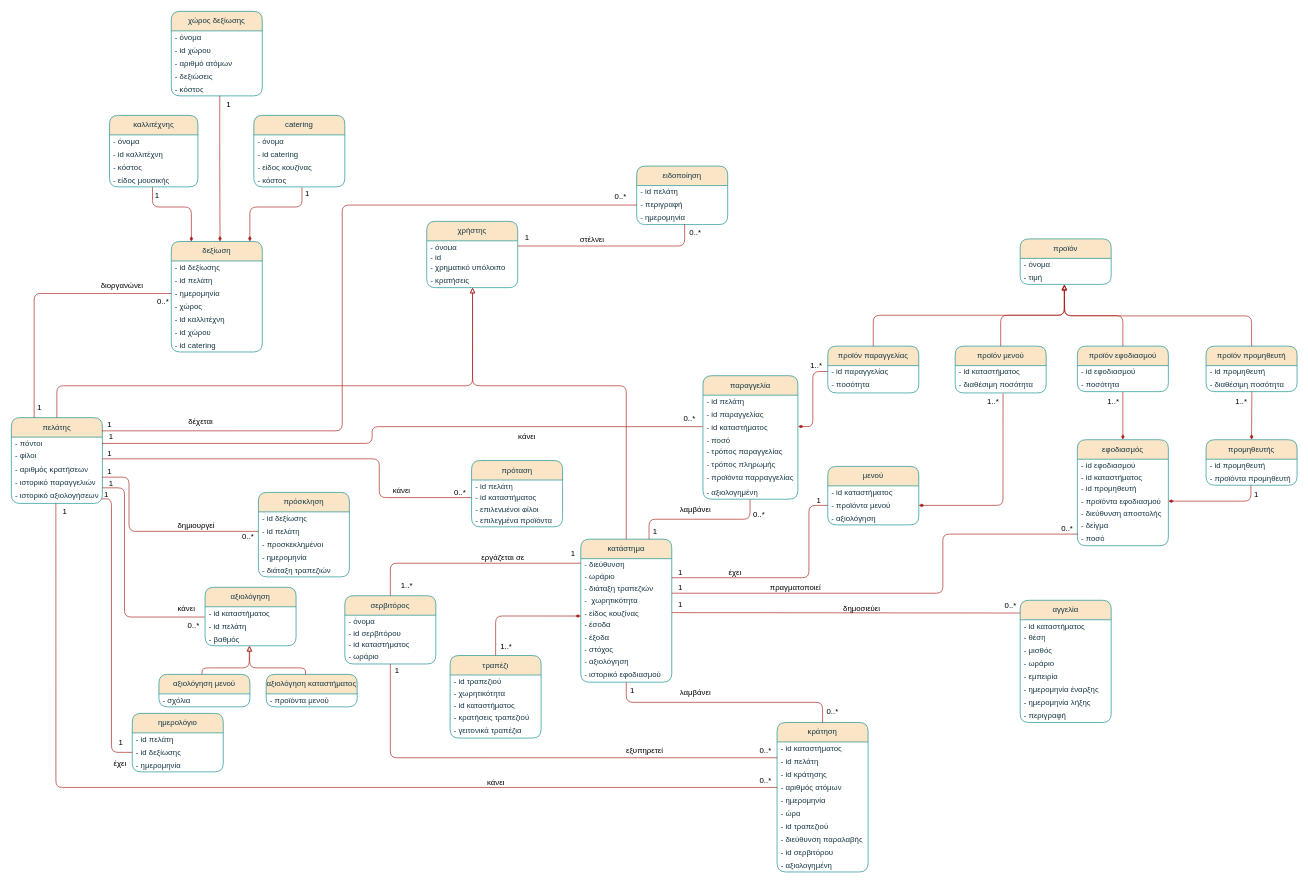
Before: documents/contributions/Domain_model_v02.drawio in Mpooks/reasy, a draw.io diagram. Source tidied: cells renumbered, new cells numbered last; positions are measured from the earlier drawing's top-left corner, leaving out a move shared by most shapes. Both pictures are drawn from the tidied source at 65%, with x=0, y=0 at pixel (11, 11).
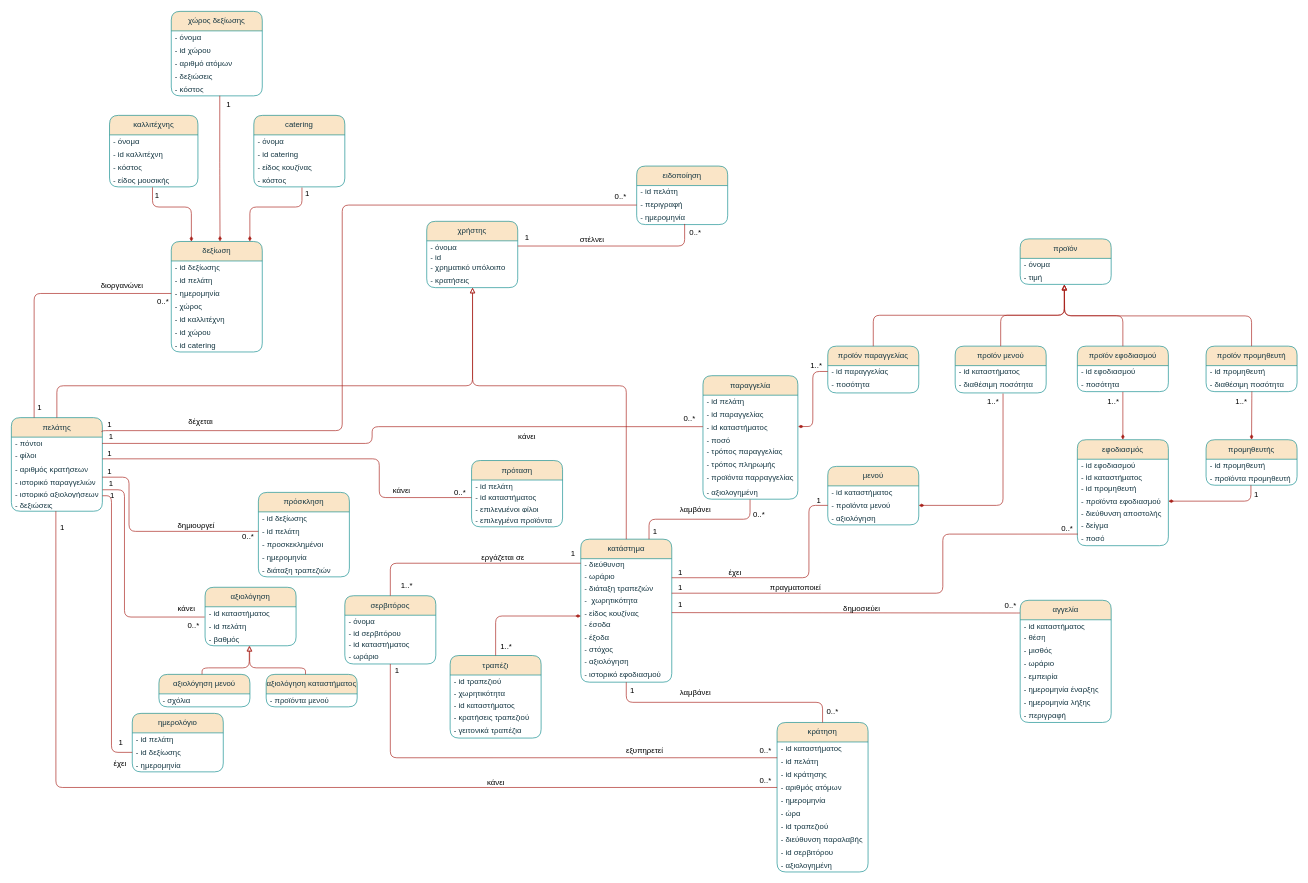
Above is the later version.

Unchanged cells that the change refers to:
```xml
<mxCell id="80" value="- id καταστήματος" style="text;strokeColor=none;fillColor=none;align=left;verticalAlign=middle;spacingLeft=4;spacingRight=4;overflow=hidden;points=[[0,0.5],[1,0.5]];portConstraint=eastwest;whiteSpace=wrap;html=1;glass=0;labelBackgroundColor=none;fontColor=#143642;" parent="79" vertex="1">
  <mxGeometry y="30" width="140" height="20" as="geometry" />
</mxCell>
<mxCell id="94" value="- id δεξίωσης" style="text;strokeColor=none;fillColor=none;align=left;verticalAlign=middle;spacingLeft=4;spacingRight=4;overflow=hidden;points=[[0,0.5],[1,0.5]];portConstraint=eastwest;whiteSpace=wrap;html=1;glass=0;labelBackgroundColor=none;fontColor=#143642;" parent="92" vertex="1">
  <mxGeometry y="50" width="140" height="20" as="geometry" />
</mxCell>
<mxCell id="186" value="1" style="text;html=1;align=center;verticalAlign=middle;points=[];strokeColor=none;fillColor=none;" parent="1" vertex="1">
  <mxGeometry x="140" y="714" width="25" height="26" as="geometry" />
</mxCell>
```

Diff of the diagram source:
```diff
@@
     <mxCell id="130" value="πελάτης" style="swimlane;fontStyle=0;horizontal=1;startSize=30;whiteSpace=wrap;html=1;rounded=1;swimlaneLine=1;glass=0;labelBackgroundColor=none;fillColor=#FAE5C7;strokeColor=#0F8B8D;fontColor=#143642;" parent="1" vertex="1">
-      <mxGeometry y="625" width="140" height="132" as="geometry" />
+      <mxGeometry y="625" width="140" height="144" as="geometry" />
     </mxCell>
@@
+    <mxCell id="235" value="- ιστορικό αξιολογήσεων" style="text;strokeColor=none;fillColor=none;align=left;verticalAlign=middle;spacingLeft=4;spacingRight=4;overflow=hidden;points=[[0,0.5],[1,0.5]];portConstraint=eastwest;whiteSpace=wrap;html=1;glass=0;labelBackgroundColor=none;fontColor=#143642;" parent="130" vertex="1">
+      <mxGeometry y="108" width="140" height="17" as="geometry" />
+    </mxCell>
-    <mxCell id="135" value="- ιστορικό αξιολογήσεων" style="text;strokeColor=none;fillColor=none;align=left;verticalAlign=middle;spacingLeft=4;spacingRight=4;overflow=hidden;points=[[0,0.5],[1,0.5]];portConstraint=eastwest;whiteSpace=wrap;html=1;glass=0;labelBackgroundColor=none;fontColor=#143642;" parent="130" vertex="1">
-      <mxGeometry y="108" width="140" height="24" as="geometry" />
+    <mxCell id="135" value="- δεξιώσεις" style="text;strokeColor=none;fillColor=none;align=left;verticalAlign=middle;spacingLeft=4;spacingRight=4;overflow=hidden;points=[[0,0.5],[1,0.5]];portConstraint=eastwest;whiteSpace=wrap;html=1;glass=0;labelBackgroundColor=none;fontColor=#143642;" parent="130" vertex="1">
+      <mxGeometry y="125" width="140" height="19" as="geometry" />
     </mxCell>
@@
-    <mxCell id="157" style="edgeStyle=orthogonalEdgeStyle;rounded=1;jettySize=auto;html=1;fontColor=default;startFill=1;endFill=0;endArrow=none;labelBackgroundColor=none;strokeColor=#A8201A;entryX=-0.005;entryY=0.789;entryDx=0;entryDy=0;entryPerimeter=0;exitX=0.28;exitY=0.077;exitDx=0;exitDy=0;exitPerimeter=0;" parent="1" edge="1" source="188" target="80">
+    <mxCell id="157" style="edgeStyle=orthogonalEdgeStyle;rounded=1;jettySize=auto;html=1;fontColor=default;startFill=1;endFill=0;endArrow=none;labelBackgroundColor=none;strokeColor=#A8201A;entryX=-0.005;entryY=0.789;entryDx=0;entryDy=0;entryPerimeter=0;exitX=0.008;exitY=0.845;exitDx=0;exitDy=0;exitPerimeter=0;" parent="1" edge="1" source="186" target="80">
       <mxGeometry relative="1" as="geometry">
         <Array as="points">
-          <mxPoint x="174" y="733" />
+          <mxPoint x="174" y="736" />
           <mxPoint x="174" y="932" />
         </Array>
       </mxGeometry>
     </mxCell>
@@
-    <mxCell id="176" style="edgeStyle=orthogonalEdgeStyle;rounded=1;jettySize=auto;html=1;fontColor=default;startFill=1;endFill=0;endArrow=none;labelBackgroundColor=none;strokeColor=#A8201A;exitX=0;exitY=0.5;exitDx=0;exitDy=0;entryX=0.992;entryY=0.708;entryDx=0;entryDy=0;entryPerimeter=0;" parent="1" edge="1" source="94" target="135">
+    <mxCell id="176" style="edgeStyle=orthogonalEdgeStyle;rounded=1;jettySize=auto;html=1;fontColor=default;startFill=1;endFill=0;endArrow=none;labelBackgroundColor=none;strokeColor=#A8201A;exitX=0;exitY=0.5;exitDx=0;exitDy=0;entryX=1;entryY=0.717;entryDx=0;entryDy=0;entryPerimeter=0;" parent="1" edge="1" source="94" target="235">
       <mxGeometry relative="1" as="geometry">
         <Array as="points">
           <mxPoint x="154" y="1140" />
-          <mxPoint x="154" y="750" />
+          <mxPoint x="154" y="745" />
         </Array>
       </mxGeometry>
     </mxCell>
@@
     <mxCell id="188" value="1" style="text;html=1;align=center;verticalAlign=middle;points=[];strokeColor=none;fillColor=none;" parent="1" vertex="1">
-      <mxGeometry x="133" y="731" width="25" height="26" as="geometry" />
+      <mxGeometry x="142" y="732" width="25" height="26" as="geometry" />
     </mxCell>
@@
-    <mxCell id="190" value="1" style="text;html=1;align=center;verticalAlign=middle;strokeColor=none;fillColor=none;" parent="1" vertex="1">
-      <mxGeometry x="69" y="757" width="25" height="26" as="geometry" />
-    </mxCell>
@@
+    <mxCell id="190" value="1" style="text;html=1;align=center;verticalAlign=middle;strokeColor=none;fillColor=none;" parent="1" vertex="1">
+      <mxGeometry x="8" y="781" width="140" height="26" as="geometry" />
+    </mxCell>
```
